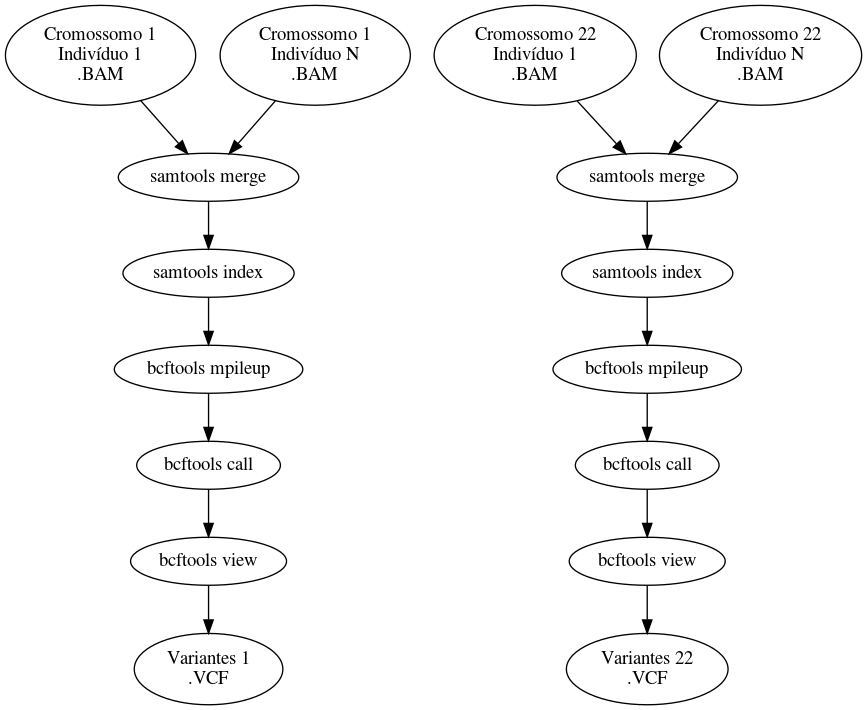
Before: alef/tex/img/stage2_orig.png, a diagram exported from Graphviz (Julio-Anjos/HCPA-Projects). Its source is kept beside it as alef/tex/img/stage2_orig.dot. Source of this version:
```dot
digraph G {
  merge1 [ label = "samtools merge" ]
  merge22 [ label = "samtools merge" ]

  index1 [ label = "samtools index" ]
  mpileup1 [ label = "bcftools mpileup" ]
  call1 [ label = "bcftools call" ]
  view1 [ label = "bcftools view" ]

  index22 [ label = "samtools index" ]
  mpileup22 [ label = "bcftools mpileup" ]
  call22 [ label = "bcftools call" ]
  view22 [ label = "bcftools view" ]

  CHR1_1 [ label="Cromossomo 1\nIndivíduo 1\n.BAM" ]
  CHR22_1 [ label="Cromossomo 22\nIndivíduo 1\n.BAM" ]

  CHR1_N [ label="Cromossomo 1\nIndivíduo N\n.BAM" ]
  CHR22_N [ label="Cromossomo 22\nIndivíduo N\n.BAM" ]

  VCF1 [ label="Variantes 1\n.VCF" ]
  VCF22 [ label="Variantes 22\n.VCF" ]

  CHR1_1 -> merge1
  CHR1_N -> merge1

  CHR22_1 -> merge22
  CHR22_N -> merge22

  merge1 -> index1
  merge22 -> index22

  index1 -> mpileup1
  index22 -> mpileup22

  mpileup1 -> call1
  mpileup22 -> call22

  call1 -> view1
  call22 -> view22

  view1 -> VCF1
  view22 -> VCF22
}
```
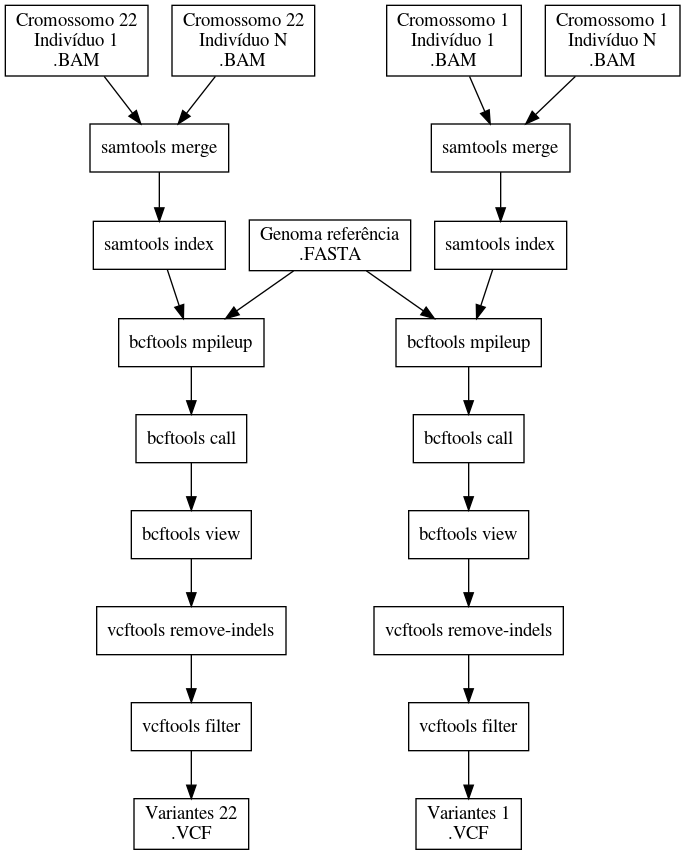
The same file after the commit.

The edit, as a diff of the source:
```diff
@@ -1,4 +1,6 @@
 digraph G {
+  node [ shape=box ]
+
   merge1 [ label = "samtools merge" ]
   merge22 [ label = "samtools merge" ]
 
@@ -6,11 +8,15 @@
   mpileup1 [ label = "bcftools mpileup" ]
   call1 [ label = "bcftools call" ]
   view1 [ label = "bcftools view" ]
+  rmindels1 [ label = "vcftools remove-indels" ]
+  filter1 [ label = "vcftools filter" ]
 
   index22 [ label = "samtools index" ]
   mpileup22 [ label = "bcftools mpileup" ]
   call22 [ label = "bcftools call" ]
   view22 [ label = "bcftools view" ]
+  rmindels22 [ label = "vcftools remove-indels" ]
+  filter22 [ label = "vcftools filter" ]
 
   CHR1_1 [ label="Cromossomo 1\nIndivíduo 1\n.BAM" ]
   CHR22_1 [ label="Cromossomo 22\nIndivíduo 1\n.BAM" ]
@@ -21,6 +27,8 @@
   VCF1 [ label="Variantes 1\n.VCF" ]
   VCF22 [ label="Variantes 22\n.VCF" ]
 
+  REF [ label="Genoma referência\n.FASTA" ]
+
   CHR1_1 -> merge1
   CHR1_N -> merge1
 
@@ -29,6 +37,9 @@
 
   merge1 -> index1
   merge22 -> index22
+
+  REF -> mpileup1
+  REF -> mpileup22
 
   index1 -> mpileup1
   index22 -> mpileup22
@@ -39,6 +50,12 @@
   call1 -> view1
   call22 -> view22
 
-  view1 -> VCF1
-  view22 -> VCF22
+  view1 -> rmindels1
+  view22 -> rmindels22
+
+  rmindels1 -> filter1
+  rmindels22 -> filter22
+
+  filter1 -> VCF1
+  filter22 -> VCF22
 }
```
